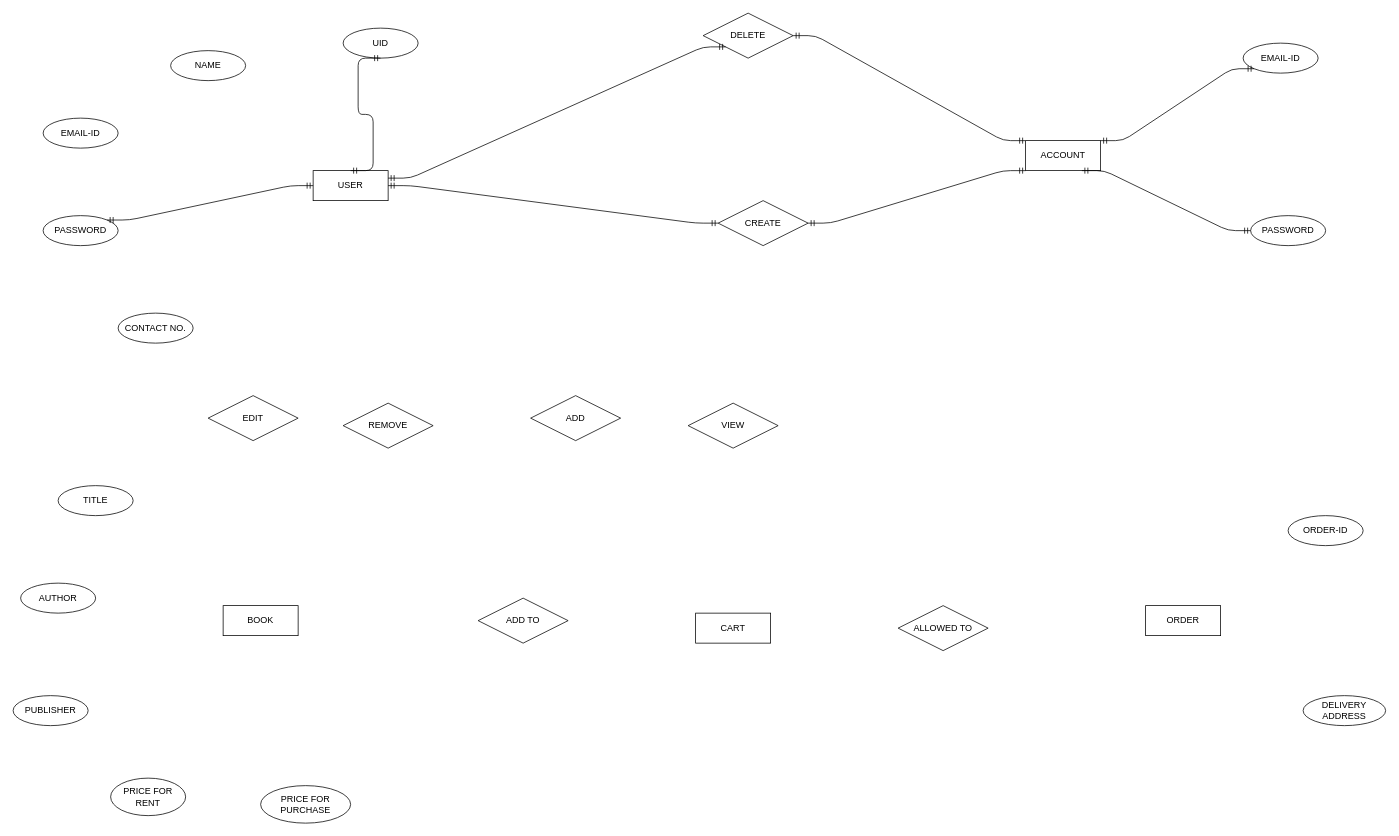
The draw.io diagram page "Page-1" (1 of 2) of ER.drawio in simsrpt/My-Project, before the edit. Source tidied: cells renumbered, new cells numbered last; positions are measured from the earlier drawing's top-left corner, leaving out a move shared by most shapes. Both pictures are drawn from the tidied source at 75%, with x=0, y=0 at pixel (13, 13).
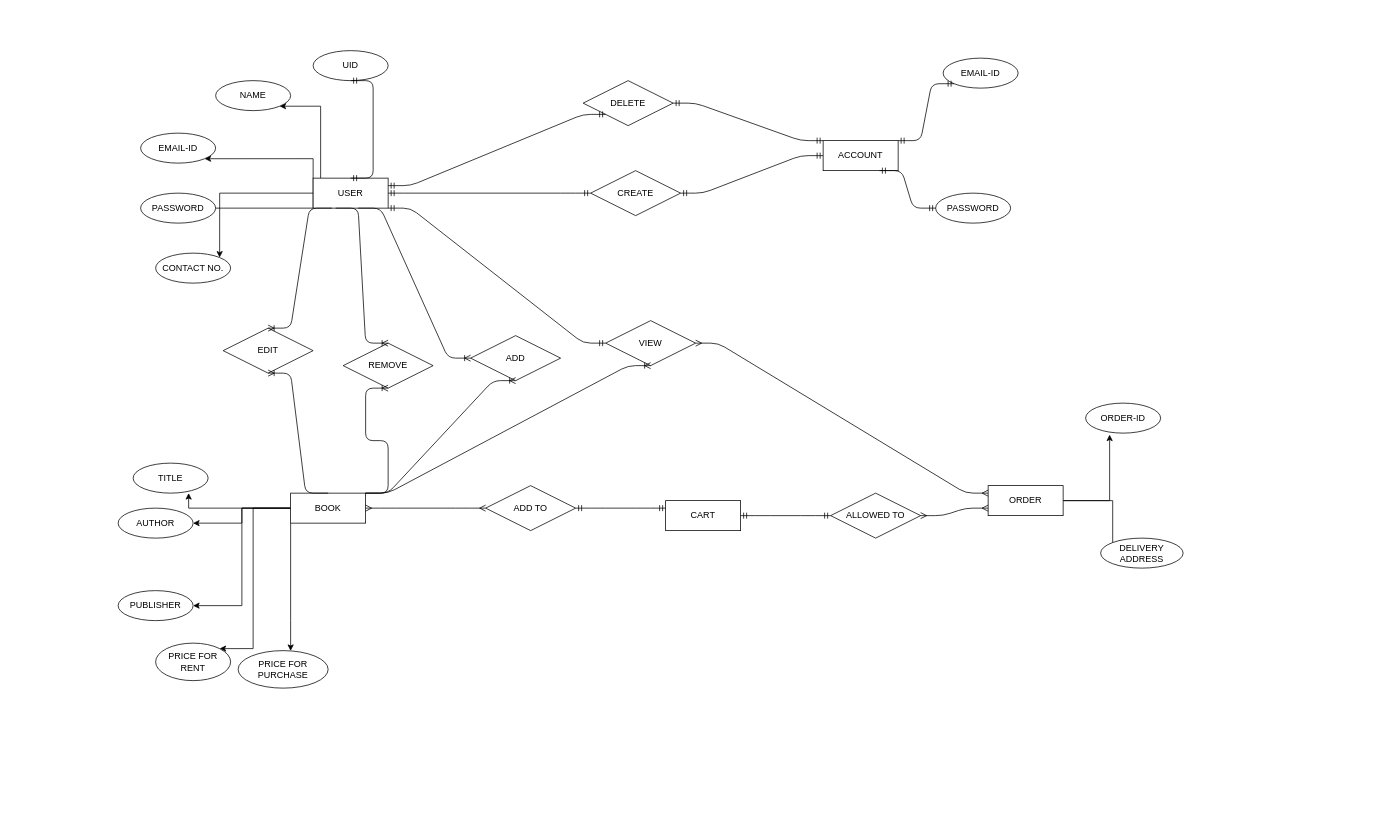
After the change.

Change to the diagram source:
```diff
@@
     <mxCell id="2" value="ACCOUNT" style="whiteSpace=wrap;html=1;align=center;direction=west;" parent="1" vertex="1">
-      <mxGeometry x="1350" y="170" width="100" height="40" as="geometry" />
+      <mxGeometry x="1080" y="170" width="100" height="40" as="geometry" />
     </mxCell>
     <mxCell id="3" value="CART" style="whiteSpace=wrap;html=1;align=center;" parent="1" vertex="1">
-      <mxGeometry x="910" y="800" width="100" height="40" as="geometry" />
+      <mxGeometry x="870" y="650" width="100" height="40" as="geometry" />
     </mxCell>
+    <mxCell id="37" style="edgeStyle=orthogonalEdgeStyle;rounded=0;jettySize=auto;html=1;entryX=0.74;entryY=1;entryDx=0;entryDy=0;entryPerimeter=0;" parent="1" edge="1" source="4" target="20">
+      <mxGeometry relative="1" as="geometry" />
+    </mxCell>
+    <mxCell id="38" style="edgeStyle=orthogonalEdgeStyle;rounded=0;jettySize=auto;html=1;" parent="1" edge="1" source="4" target="23">
+      <mxGeometry relative="1" as="geometry">
+        <Array as="points">
+          <mxPoint x="370" y="810" />
+          <mxPoint x="370" y="810" />
+        </Array>
+      </mxGeometry>
+    </mxCell>
+    <mxCell id="39" style="edgeStyle=orthogonalEdgeStyle;rounded=0;jettySize=auto;html=1;entryX=1;entryY=0;entryDx=0;entryDy=0;" parent="1" edge="1" source="4" target="24">
+      <mxGeometry relative="1" as="geometry">
+        <Array as="points">
+          <mxPoint x="320" y="660" />
+          <mxPoint x="320" y="848" />
+        </Array>
+      </mxGeometry>
+    </mxCell>
+    <mxCell id="40" style="edgeStyle=orthogonalEdgeStyle;rounded=0;jettySize=auto;html=1;entryX=1;entryY=0.5;entryDx=0;entryDy=0;" parent="1" edge="1" source="4" target="22">
+      <mxGeometry relative="1" as="geometry" />
+    </mxCell>
+    <mxCell id="41" style="edgeStyle=orthogonalEdgeStyle;rounded=0;jettySize=auto;html=1;entryX=1;entryY=0.5;entryDx=0;entryDy=0;" parent="1" edge="1" source="4" target="21">
+      <mxGeometry relative="1" as="geometry" />
+    </mxCell>
     <mxCell id="4" value="BOOK&lt;br&gt;" style="whiteSpace=wrap;html=1;align=center;" parent="1" vertex="1">
-      <mxGeometry x="280" y="790" width="100" height="40" as="geometry" />
+      <mxGeometry x="370" y="640" width="100" height="40" as="geometry" />
     </mxCell>
+    <mxCell id="42" style="edgeStyle=orthogonalEdgeStyle;rounded=0;jettySize=auto;html=1;exitX=0;exitY=0.5;exitDx=0;exitDy=0;entryX=1;entryY=1;entryDx=0;entryDy=0;" parent="1" edge="1" source="5" target="8">
+      <mxGeometry relative="1" as="geometry">
+        <Array as="points">
+          <mxPoint x="410" y="240" />
+          <mxPoint x="410" y="124" />
+        </Array>
+      </mxGeometry>
+    </mxCell>
+    <mxCell id="43" style="edgeStyle=orthogonalEdgeStyle;rounded=0;jettySize=auto;html=1;exitX=1;exitY=0.5;exitDx=0;exitDy=0;entryX=1;entryY=1;entryDx=0;entryDy=0;" parent="1" edge="1" source="11" target="7">
+      <mxGeometry relative="1" as="geometry">
+        <Array as="points">
+          <mxPoint x="400" y="260" />
+          <mxPoint x="400" y="194" />
+        </Array>
+      </mxGeometry>
+    </mxCell>
+    <mxCell id="44" style="edgeStyle=orthogonalEdgeStyle;rounded=0;jettySize=auto;html=1;entryX=1;entryY=0;entryDx=0;entryDy=0;" parent="1" edge="1" source="5" target="10">
+      <mxGeometry relative="1" as="geometry" />
+    </mxCell>
     <mxCell id="5" value="USER" style="whiteSpace=wrap;html=1;align=center;" parent="1" vertex="1">
-      <mxGeometry x="400" y="210" width="100" height="40" as="geometry" />
+      <mxGeometry x="400" y="220" width="100" height="40" as="geometry" />
     </mxCell>
+    <mxCell id="45" style="edgeStyle=orthogonalEdgeStyle;rounded=0;jettySize=auto;html=1;entryX=0.32;entryY=1.05;entryDx=0;entryDy=0;entryPerimeter=0;" parent="1" edge="1" source="6" target="28">
+      <mxGeometry relative="1" as="geometry" />
+    </mxCell>
+    <mxCell id="46" style="edgeStyle=orthogonalEdgeStyle;rounded=0;jettySize=auto;html=1;entryX=0;entryY=1;entryDx=0;entryDy=0;" parent="1" edge="1" source="6" target="27">
+      <mxGeometry relative="1" as="geometry" />
+    </mxCell>
     <mxCell id="6" value="ORDER&lt;br&gt;" style="whiteSpace=wrap;html=1;align=center;" parent="1" vertex="1">
-      <mxGeometry x="1510" y="790" width="100" height="40" as="geometry" />
+      <mxGeometry x="1300" y="630" width="100" height="40" as="geometry" />
     </mxCell>
     <mxCell id="7" value="EMAIL-ID&lt;br&gt;" style="ellipse;whiteSpace=wrap;html=1;align=center;" parent="1" vertex="1">
-      <mxGeometry x="40" y="140" width="100" height="40" as="geometry" />
+      <mxGeometry x="170" y="160" width="100" height="40" as="geometry" />
     </mxCell>
     <mxCell id="8" value="NAME&lt;br&gt;" style="ellipse;whiteSpace=wrap;html=1;align=center;" parent="1" vertex="1">
-      <mxGeometry x="210" y="50" width="100" height="40" as="geometry" />
+      <mxGeometry x="270" y="90" width="100" height="40" as="geometry" />
     </mxCell>
     <mxCell id="9" value="UID&lt;br&gt;" style="ellipse;whiteSpace=wrap;html=1;align=center;" parent="1" vertex="1">
-      <mxGeometry x="440" y="20" width="100" height="40" as="geometry" />
+      <mxGeometry x="400" y="50" width="100" height="40" as="geometry" />
     </mxCell>
     <mxCell id="10" value="CONTACT NO.&lt;br&gt;" style="ellipse;whiteSpace=wrap;html=1;align=center;" parent="1" vertex="1">
-      <mxGeometry x="140" y="400" width="100" height="40" as="geometry" />
+      <mxGeometry x="190" y="320" width="100" height="40" as="geometry" />
     </mxCell>
     <mxCell id="11" value="PASSWORD&lt;br&gt;" style="ellipse;whiteSpace=wrap;html=1;align=center;" parent="1" vertex="1">
-      <mxGeometry x="40" y="270" width="100" height="40" as="geometry" />
+      <mxGeometry x="170" y="240" width="100" height="40" as="geometry" />
     </mxCell>
     <mxCell id="12" value="PASSWORD" style="ellipse;whiteSpace=wrap;html=1;align=center;" parent="1" vertex="1">
-      <mxGeometry x="1650" y="270" width="100" height="40" as="geometry" />
+      <mxGeometry x="1230" y="240" width="100" height="40" as="geometry" />
     </mxCell>
     <mxCell id="13" value="EMAIL-ID" style="ellipse;whiteSpace=wrap;html=1;align=center;" parent="1" vertex="1">
-      <mxGeometry x="1640" y="40" width="100" height="40" as="geometry" />
+      <mxGeometry x="1240" y="60" width="100" height="40" as="geometry" />
     </mxCell>
     <mxCell id="14" value="CREATE" style="shape=rhombus;perimeter=rhombusPerimeter;whiteSpace=wrap;html=1;align=center;" parent="1" vertex="1">
-      <mxGeometry x="940" y="250" width="120" height="60" as="geometry" />
+      <mxGeometry x="770" y="210" width="120" height="60" as="geometry" />
     </mxCell>
     <mxCell id="15" value="DELETE" style="shape=rhombus;perimeter=rhombusPerimeter;whiteSpace=wrap;html=1;align=center;" parent="1" vertex="1">
-      <mxGeometry x="920" width="120" height="60" as="geometry" />
+      <mxGeometry x="760" y="90" width="120" height="60" as="geometry" />
     </mxCell>
     <mxCell id="16" value="ADD" style="shape=rhombus;perimeter=rhombusPerimeter;whiteSpace=wrap;html=1;align=center;" parent="1" vertex="1">
-      <mxGeometry x="690" y="510" width="120" height="60" as="geometry" />
+      <mxGeometry x="610" y="430" width="120" height="60" as="geometry" />
     </mxCell>
     <mxCell id="17" value="VIEW" style="shape=rhombus;perimeter=rhombusPerimeter;whiteSpace=wrap;html=1;align=center;" parent="1" vertex="1">
-      <mxGeometry x="900" y="520" width="120" height="60" as="geometry" />
+      <mxGeometry x="790" y="410" width="120" height="60" as="geometry" />
     </mxCell>
     <mxCell id="18" value="REMOVE" style="shape=rhombus;perimeter=rhombusPerimeter;whiteSpace=wrap;html=1;align=center;" parent="1" vertex="1">
-      <mxGeometry x="440" y="520" width="120" height="60" as="geometry" />
+      <mxGeometry x="440" y="440" width="120" height="60" as="geometry" />
     </mxCell>
     <mxCell id="19" value="EDIT&lt;br&gt;" style="shape=rhombus;perimeter=rhombusPerimeter;whiteSpace=wrap;html=1;align=center;" parent="1" vertex="1">
-      <mxGeometry x="260" y="510" width="120" height="60" as="geometry" />
+      <mxGeometry x="280" y="420" width="120" height="60" as="geometry" />
     </mxCell>
     <mxCell id="20" value="TITLE" style="ellipse;whiteSpace=wrap;html=1;align=center;" parent="1" vertex="1">
-      <mxGeometry x="60" y="630" width="100" height="40" as="geometry" />
+      <mxGeometry x="160" y="600" width="100" height="40" as="geometry" />
     </mxCell>
     <mxCell id="21" value="PUBLISHER" style="ellipse;whiteSpace=wrap;html=1;align=center;" parent="1" vertex="1">
-      <mxGeometry y="910" width="100" height="40" as="geometry" />
+      <mxGeometry x="140" y="770" width="100" height="40" as="geometry" />
     </mxCell>
     <mxCell id="22" value="AUTHOR" style="ellipse;whiteSpace=wrap;html=1;align=center;" parent="1" vertex="1">
-      <mxGeometry x="10" y="760" width="100" height="40" as="geometry" />
+      <mxGeometry x="140" y="660" width="100" height="40" as="geometry" />
     </mxCell>
     <mxCell id="23" value="PRICE FOR PURCHASE" style="ellipse;whiteSpace=wrap;html=1;align=center;" parent="1" vertex="1">
-      <mxGeometry x="330" y="1030" width="120" height="50" as="geometry" />
+      <mxGeometry x="300" y="850" width="120" height="50" as="geometry" />
     </mxCell>
     <mxCell id="24" value="PRICE FOR RENT" style="ellipse;whiteSpace=wrap;html=1;align=center;" parent="1" vertex="1">
-      <mxGeometry x="130" y="1020" width="100" height="50" as="geometry" />
+      <mxGeometry x="190" y="840" width="100" height="50" as="geometry" />
     </mxCell>
     <mxCell id="25" value="ALLOWED TO" style="shape=rhombus;perimeter=rhombusPerimeter;whiteSpace=wrap;html=1;align=center;" parent="1" vertex="1">
-      <mxGeometry x="1180" y="790" width="120" height="60" as="geometry" />
+      <mxGeometry x="1090" y="640" width="120" height="60" as="geometry" />
     </mxCell>
     <mxCell id="26" value="ADD TO" style="shape=rhombus;perimeter=rhombusPerimeter;whiteSpace=wrap;html=1;align=center;" parent="1" vertex="1">
-      <mxGeometry x="620" y="780" width="120" height="60" as="geometry" />
+      <mxGeometry x="630" y="630" width="120" height="60" as="geometry" />
     </mxCell>
     <mxCell id="27" value="DELIVERY ADDRESS&lt;br&gt;" style="ellipse;whiteSpace=wrap;html=1;align=center;" parent="1" vertex="1">
-      <mxGeometry x="1720" y="910" width="110" height="40" as="geometry" />
+      <mxGeometry x="1450" y="700" width="110" height="40" as="geometry" />
     </mxCell>
     <mxCell id="28" value="ORDER-ID" style="ellipse;whiteSpace=wrap;html=1;align=center;" parent="1" vertex="1">
-      <mxGeometry x="1700" y="670" width="100" height="40" as="geometry" />
+      <mxGeometry x="1430" y="520" width="100" height="40" as="geometry" />
     </mxCell>
@@
-    <mxCell id="32" style="edgeStyle=entityRelationEdgeStyle;fontSize=12;html=1;endArrow=ERmandOne;startArrow=ERmandOne;exitX=1;exitY=0.5;exitDx=0;exitDy=0;" parent="1" edge="1" source="14">
-      <mxGeometry relative="1" as="geometry">
-        <mxPoint x="1350" y="210" as="targetPoint" />
-      </mxGeometry>
+    <mxCell id="32" style="edgeStyle=entityRelationEdgeStyle;fontSize=12;html=1;endArrow=ERmandOne;startArrow=ERmandOne;exitX=1;exitY=0.5;exitDx=0;exitDy=0;entryX=1;entryY=0.5;entryDx=0;entryDy=0;" parent="1" edge="1" source="14" target="2">
+      <mxGeometry relative="1" as="geometry" />
     </mxCell>
@@
-    <mxCell id="35" style="edgeStyle=entityRelationEdgeStyle;fontSize=12;html=1;endArrow=ERmandOne;startArrow=ERmandOne;exitX=1;exitY=0;exitDx=0;exitDy=0;entryX=0;entryY=0.5;entryDx=0;entryDy=0;" parent="1" edge="1" source="11" target="5">
-      <mxGeometry relative="1" as="geometry" />
-    </mxCell>
@@
+    <mxCell id="47" style="edgeStyle=entityRelationEdgeStyle;fontSize=12;html=1;endArrow=ERoneToMany;entryX=0.5;entryY=0;entryDx=0;entryDy=0;exitX=0.3;exitY=1;exitDx=0;exitDy=0;exitPerimeter=0;" parent="1" edge="1" source="5" target="18">
+      <mxGeometry relative="1" as="geometry" />
+    </mxCell>
+    <mxCell id="48" style="edgeStyle=entityRelationEdgeStyle;fontSize=12;html=1;endArrow=ERoneToMany;entryX=0;entryY=0.5;entryDx=0;entryDy=0;" parent="1" edge="1" target="16">
+      <mxGeometry relative="1" as="geometry">
+        <mxPoint x="460" y="260" as="sourcePoint" />
+      </mxGeometry>
+    </mxCell>
+    <mxCell id="49" style="edgeStyle=entityRelationEdgeStyle;fontSize=12;html=1;endArrow=ERoneToMany;exitX=0.25;exitY=1;exitDx=0;exitDy=0;entryX=0.5;entryY=0;entryDx=0;entryDy=0;" parent="1" edge="1" source="5" target="19">
+      <mxGeometry relative="1" as="geometry" />
+    </mxCell>
+    <mxCell id="50" style="edgeStyle=entityRelationEdgeStyle;fontSize=12;html=1;endArrow=ERoneToMany;entryX=0.5;entryY=1;entryDx=0;entryDy=0;exitX=0.5;exitY=0;exitDx=0;exitDy=0;" parent="1" edge="1" source="4" target="19">
+      <mxGeometry relative="1" as="geometry" />
+    </mxCell>
+    <mxCell id="51" style="edgeStyle=entityRelationEdgeStyle;fontSize=12;html=1;endArrow=ERoneToMany;entryX=0.5;entryY=1;entryDx=0;entryDy=0;exitX=1;exitY=0;exitDx=0;exitDy=0;" parent="1" edge="1" source="4" target="18">
+      <mxGeometry relative="1" as="geometry" />
+    </mxCell>
+    <mxCell id="52" style="edgeStyle=entityRelationEdgeStyle;fontSize=12;html=1;endArrow=ERoneToMany;entryX=0.5;entryY=1;entryDx=0;entryDy=0;exitX=1;exitY=0;exitDx=0;exitDy=0;" parent="1" edge="1" source="4" target="16">
+      <mxGeometry relative="1" as="geometry" />
+    </mxCell>
+    <mxCell id="53" style="edgeStyle=entityRelationEdgeStyle;fontSize=12;html=1;endArrow=ERoneToMany;entryX=0.5;entryY=1;entryDx=0;entryDy=0;exitX=1;exitY=0;exitDx=0;exitDy=0;" parent="1" edge="1" source="4" target="17">
+      <mxGeometry relative="1" as="geometry" />
+    </mxCell>
+    <mxCell id="54" style="edgeStyle=entityRelationEdgeStyle;fontSize=12;html=1;endArrow=ERmany;startArrow=ERmany;exitX=1;exitY=0.5;exitDx=0;exitDy=0;entryX=0;entryY=0.5;entryDx=0;entryDy=0;" parent="1" edge="1" source="4" target="26">
+      <mxGeometry relative="1" as="geometry" />
+    </mxCell>
+    <mxCell id="55" style="edgeStyle=entityRelationEdgeStyle;fontSize=12;html=1;endArrow=ERmany;startArrow=ERmany;exitX=1;exitY=0.5;exitDx=0;exitDy=0;entryX=0;entryY=0.25;entryDx=0;entryDy=0;" parent="1" edge="1" source="17" target="6">
+      <mxGeometry relative="1" as="geometry" />
+    </mxCell>
+    <mxCell id="56" style="edgeStyle=entityRelationEdgeStyle;fontSize=12;html=1;endArrow=ERmandOne;startArrow=ERmandOne;exitX=1;exitY=0.5;exitDx=0;exitDy=0;entryX=0;entryY=0.25;entryDx=0;entryDy=0;" parent="1" edge="1" source="26" target="3">
+      <mxGeometry relative="1" as="geometry" />
+    </mxCell>
+    <mxCell id="57" style="edgeStyle=entityRelationEdgeStyle;fontSize=12;html=1;endArrow=ERmandOne;startArrow=ERmandOne;exitX=1;exitY=0.5;exitDx=0;exitDy=0;entryX=0;entryY=0.5;entryDx=0;entryDy=0;" parent="1" edge="1" source="3" target="25">
+      <mxGeometry relative="1" as="geometry" />
+    </mxCell>
+    <mxCell id="58" style="edgeStyle=entityRelationEdgeStyle;fontSize=12;html=1;endArrow=ERmany;startArrow=ERmany;exitX=1;exitY=0.5;exitDx=0;exitDy=0;entryX=0;entryY=0.75;entryDx=0;entryDy=0;" parent="1" edge="1" source="25" target="6">
+      <mxGeometry relative="1" as="geometry" />
+    </mxCell>
+    <mxCell id="59" style="edgeStyle=entityRelationEdgeStyle;fontSize=12;html=1;endArrow=ERmandOne;startArrow=ERmandOne;exitX=1;exitY=1;exitDx=0;exitDy=0;" parent="1" edge="1" source="5" target="17">
+      <mxGeometry relative="1" as="geometry" />
+    </mxCell>
```
